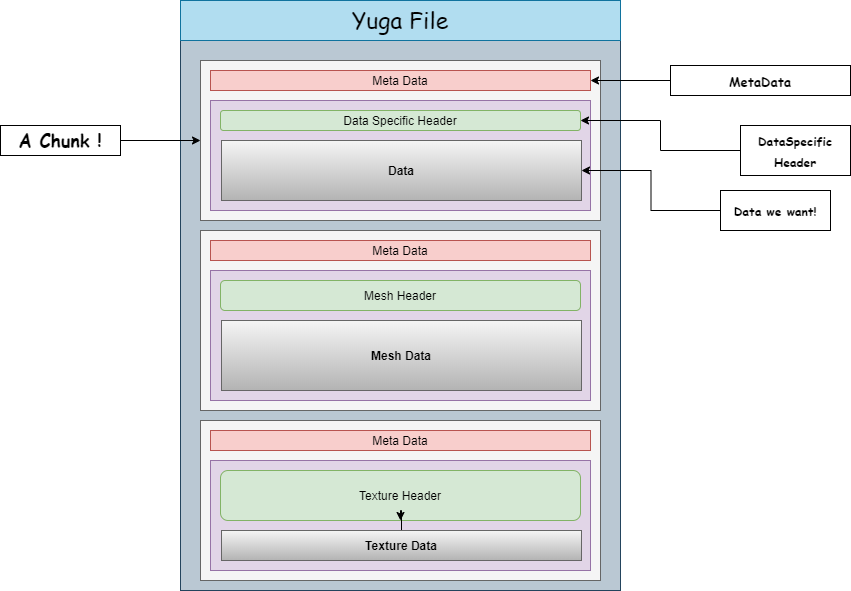
Before: images/Yugen/YUGA.png, a diagram exported from draw.io (Erfan-Ahmadi/erfan-ahmadi.github.io). Source tidied: cells renumbered, new cells last; positions are measured from the earlier drawing's top-left corner, leaving out a move shared by most shapes.
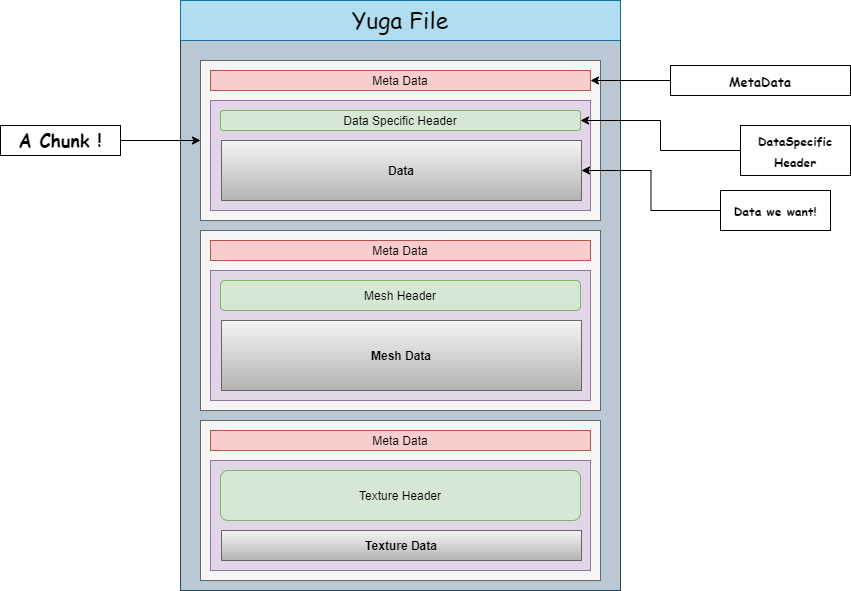
After the commit.

The edit, as a diff of the source:
```diff
@@ -47,9 +47,6 @@
     <mxCell id="16" value="Texture Header" style="rounded=1;whiteSpace=wrap;html=1;strokeColor=#82b366;fillColor=#d5e8d4;" parent="1" vertex="1">
       <mxGeometry x="220" y="470" width="360" height="50" as="geometry" />
     </mxCell>
-    <mxCell id="17" style="edgeStyle=orthogonalEdgeStyle;curved=0;rounded=0;sketch=0;jettySize=auto;html=1;" parent="1" edge="1" source="18" target="16">
-      <mxGeometry relative="1" as="geometry" />
-    </mxCell>
     <mxCell id="18" value="&lt;b&gt;Texture Data&lt;/b&gt;" style="rounded=0;whiteSpace=wrap;html=1;strokeColor=#666666;fillColor=#f5f5f5;gradientColor=#b3b3b3;" parent="1" vertex="1">
       <mxGeometry x="221" y="530" width="360" height="30" as="geometry" />
     </mxCell>
```
